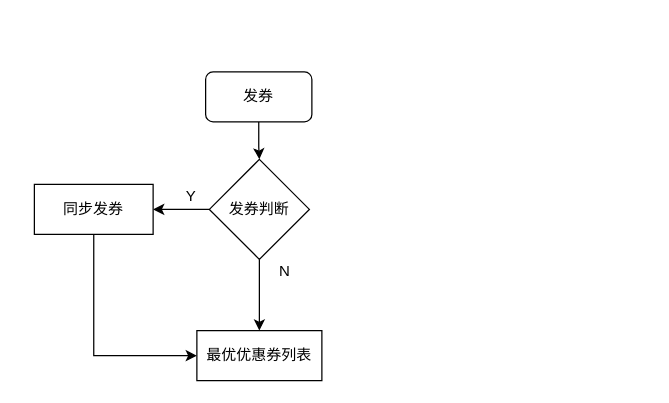
Above: page "优惠券发放" (14 of 14) of Untitled Diagram.drawio in liufuchen88/test2 (draw.io), before the change. Source tidied: cells renumbered, new cells numbered last; positions are measured from the earlier drawing's top-left corner, leaving out a move shared by most shapes. Both pictures are drawn from the tidied source at 125%, with x=0, y=0 at pixel (34, 71).
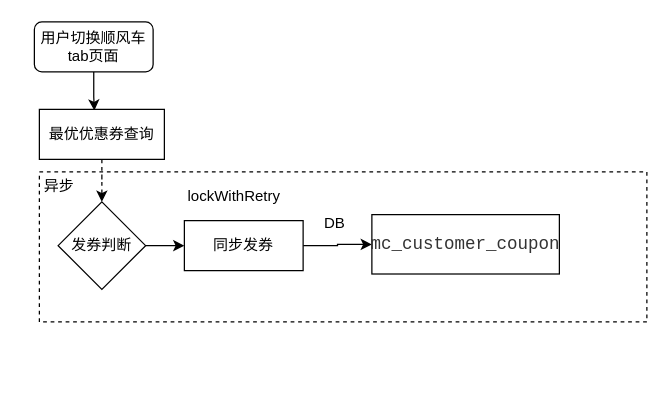
After the change.

What changed in the source:
```diff
@@
 <mxGraphModel>
   <root>
     <mxCell id="0" />
     <mxCell id="1" parent="0" />
-    <mxCell id="2" style="edgeStyle=orthogonalEdgeStyle;rounded=0;jettySize=auto;html=1;entryX=0.5;entryY=0;entryDx=0;entryDy=0;" parent="1" edge="1" source="3" target="6">
-      <mxGeometry relative="1" as="geometry" />
-    </mxCell>
+    <mxCell id="12" style="rounded=0;whiteSpace=wrap;html=1;dashed=1;" parent="1" vertex="1">
+      <mxGeometry x="4" y="80" width="486" height="120" as="geometry" />
+    </mxCell>
+    <mxCell id="13" style="edgeStyle=orthogonalEdgeStyle;rounded=0;jettySize=auto;html=1;entryX=0.44;entryY=0.025;entryDx=0;entryDy=0;entryPerimeter=0;" parent="1" edge="1" source="3" target="7">
+      <mxGeometry relative="1" as="geometry" />
+    </mxCell>
-    <mxCell id="3" value="发券" style="rounded=1;whiteSpace=wrap;html=1;" parent="1" vertex="1">
-      <mxGeometry x="137" width="85" height="40" as="geometry" />
+    <mxCell id="3" value="用户切换顺风车tab页面" style="rounded=1;whiteSpace=wrap;html=1;" parent="1" vertex="1">
+      <mxGeometry y="-40" width="95" height="40" as="geometry" />
     </mxCell>
-    <mxCell id="4" style="edgeStyle=orthogonalEdgeStyle;rounded=0;jettySize=auto;html=1;" parent="1" edge="1" source="6" target="7">
-      <mxGeometry relative="1" as="geometry" />
-    </mxCell>
-    <mxCell id="5" style="edgeStyle=orthogonalEdgeStyle;rounded=0;jettySize=auto;html=1;" parent="1" edge="1" source="6" target="9">
+    <mxCell id="5" style="edgeStyle=orthogonalEdgeStyle;rounded=0;jettySize=auto;html=1;entryX=0;entryY=0.5;entryDx=0;entryDy=0;" parent="1" edge="1" source="6" target="9">
       <mxGeometry relative="1" as="geometry" />
     </mxCell>
     <mxCell id="6" value="发券判断" style="rhombus;whiteSpace=wrap;html=1;" parent="1" vertex="1">
-      <mxGeometry x="140" y="70" width="80" height="80" as="geometry" />
+      <mxGeometry x="19" y="104" width="70" height="70" as="geometry" />
     </mxCell>
+    <mxCell id="14" style="edgeStyle=orthogonalEdgeStyle;rounded=0;jettySize=auto;html=1;entryX=0.5;entryY=0;entryDx=0;entryDy=0;dashed=1;" parent="1" edge="1" source="7" target="6">
+      <mxGeometry relative="1" as="geometry" />
+    </mxCell>
-    <mxCell id="7" value="最优优惠券列表" style="whiteSpace=wrap;html=1;" parent="1" vertex="1">
-      <mxGeometry x="130" y="207" width="100" height="40" as="geometry" />
+    <mxCell id="7" value="最优优惠券查询" style="whiteSpace=wrap;html=1;" parent="1" vertex="1">
+      <mxGeometry x="4" y="30" width="100" height="40" as="geometry" />
     </mxCell>
-    <mxCell id="8" style="edgeStyle=orthogonalEdgeStyle;rounded=0;jettySize=auto;html=1;entryX=0;entryY=0.5;entryDx=0;entryDy=0;exitX=0.5;exitY=1;exitDx=0;exitDy=0;" parent="1" edge="1" source="9" target="7">
-      <mxGeometry relative="1" as="geometry" />
-    </mxCell>
+    <mxCell id="15" style="edgeStyle=orthogonalEdgeStyle;rounded=0;jettySize=auto;html=1;" parent="1" edge="1" source="9" target="16">
+      <mxGeometry relative="1" as="geometry" />
+    </mxCell>
     <mxCell id="9" value="同步发券" style="whiteSpace=wrap;html=1;" parent="1" vertex="1">
-      <mxGeometry y="90" width="95" height="40" as="geometry" />
+      <mxGeometry x="120" y="119" width="95" height="40" as="geometry" />
     </mxCell>
-    <mxCell id="10" value="Y" style="text;html=1;align=center;verticalAlign=middle;strokeColor=none;fillColor=none;" parent="1" vertex="1">
-      <mxGeometry x="115" y="90" width="20" height="20" as="geometry" />
-    </mxCell>
-    <mxCell id="11" value="N" style="text;html=1;align=center;verticalAlign=middle;strokeColor=none;fillColor=none;" parent="1" vertex="1">
-      <mxGeometry x="190" y="150" width="20" height="20" as="geometry" />
-    </mxCell>
+    <mxCell id="16" value="&lt;pre style=&quot;margin-top: 0px ; margin-bottom: 0px ; color: rgb(51 , 51 , 51) ; font-size: 14px ; text-align: left&quot;&gt;mc_customer_coupon&lt;/pre&gt;" style="whiteSpace=wrap;html=1;" parent="1" vertex="1">
+      <mxGeometry x="270" y="114.2" width="150" height="47.5" as="geometry" />
+    </mxCell>
+    <mxCell id="17" value="DB" style="text;html=1;align=center;verticalAlign=middle;strokeColor=none;fillColor=none;" parent="1" vertex="1">
+      <mxGeometry x="225" y="111.2" width="30" height="20" as="geometry" />
+    </mxCell>
+    <mxCell id="18" value="lockWithRetry" style="text;html=1;strokeColor=none;fillColor=none;align=center;verticalAlign=middle;whiteSpace=wrap;rounded=0;dashed=1;" parent="1" vertex="1">
+      <mxGeometry x="130" y="85" width="60" height="30" as="geometry" />
+    </mxCell>
+    <mxCell id="19" value="异步" style="text;html=1;strokeColor=none;fillColor=none;align=center;verticalAlign=middle;whiteSpace=wrap;rounded=0;dashed=1;" parent="1" vertex="1">
+      <mxGeometry x="-10" y="77" width="60" height="30" as="geometry" />
+    </mxCell>
   </root>
 </mxGraphModel>
```
